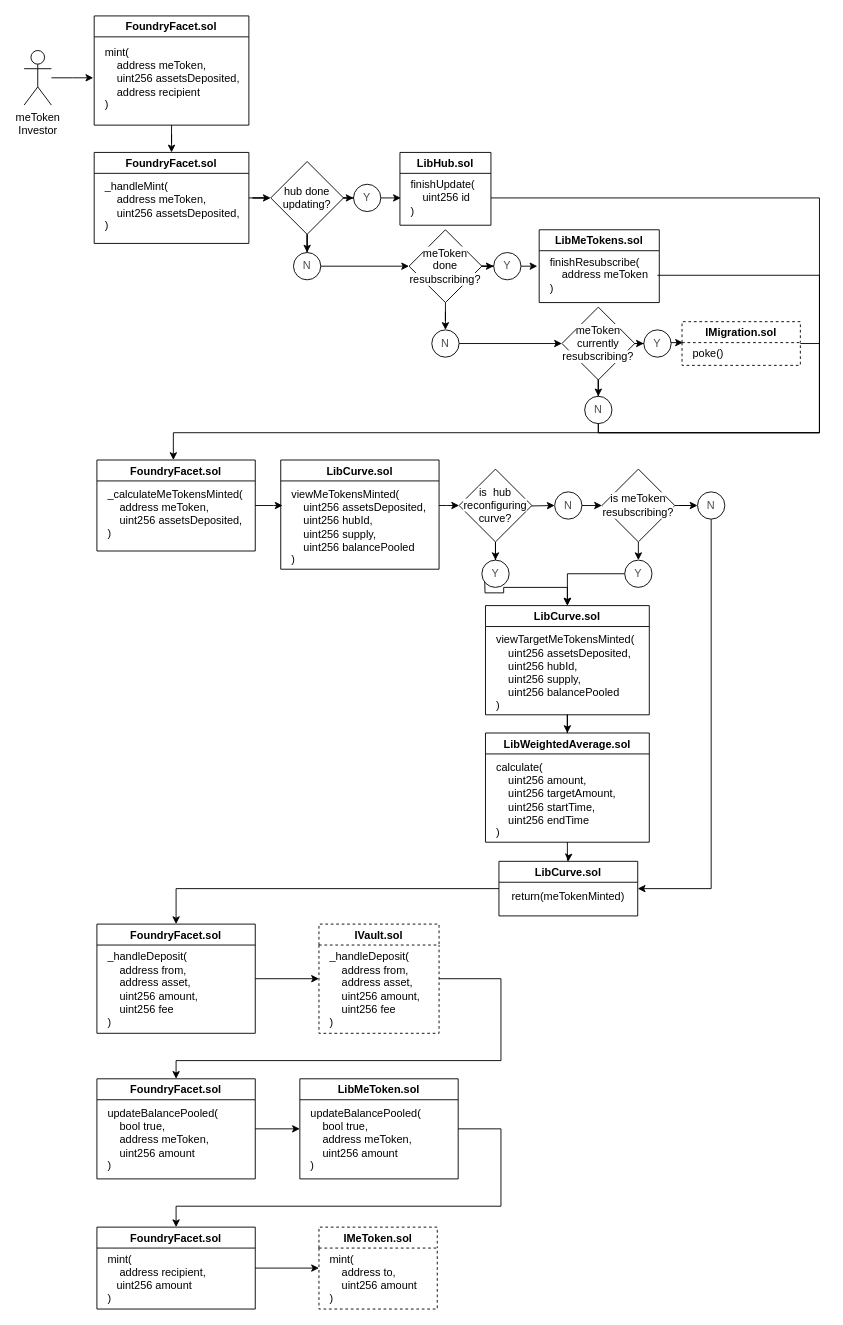
This is page "Page-2" (2 of 3) of images/Copy of meTokens_Core_Diagrams.drawio from CBobRobison/meTokens, a draw.io file, before an edit. Source tidied: cells renumbered, new cells numbered last; positions are measured from the earlier drawing's top-left corner, leaving out a move shared by most shapes. Both pictures are drawn from the tidied source at 91%, with x=0, y=0 at pixel (24, 15).
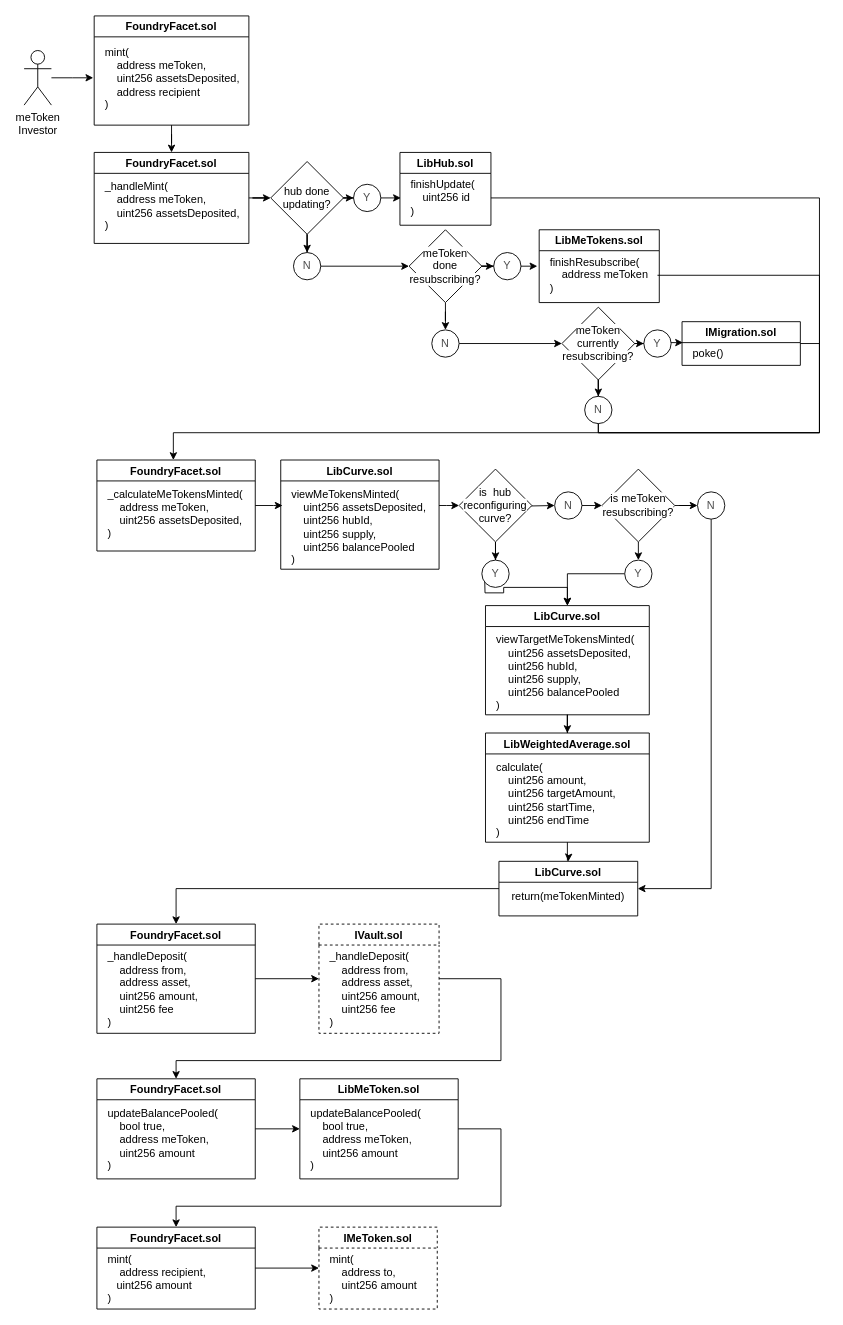
Above is the later version.

What changed in the source:
```diff
@@
-    <mxCell id="34" value="IMigration.sol" style="swimlane;dashed=1;" parent="1" vertex="1">
+    <mxCell id="34" value="IMigration.sol" style="swimlane;" parent="1" vertex="1">
       <mxGeometry x="723" y="336" width="130" height="48" as="geometry" />
     </mxCell>
```
